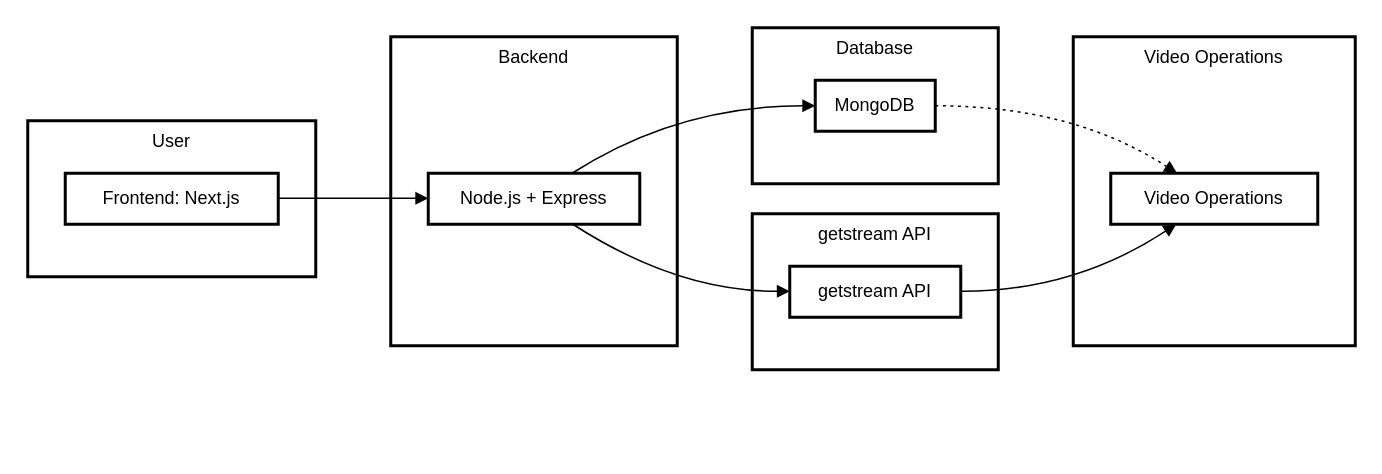
This is DRPATARCH.drawio from ali-05-ahmed/Concept-Diagrams, a draw.io file, before an edit. Source tidied: cells renumbered, new cells numbered last; positions are measured from the earlier drawing's top-left corner, leaving out a move shared by most shapes. Both pictures are drawn from the tidied source at 150%, with x=0, y=0 at pixel (27, 27).
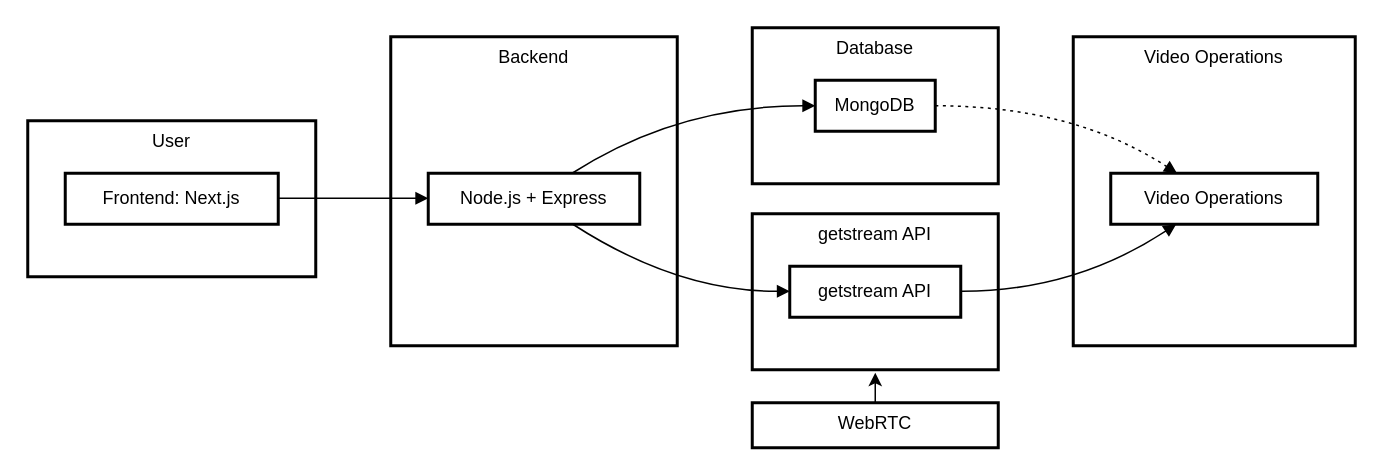
The same diagram, later.

What changed in the source:
```diff
@@
+    <mxCell id="17" style="edgeStyle=orthogonalEdgeStyle;rounded=0;jettySize=auto;html=1;" parent="1" edge="1" source="18">
+      <mxGeometry relative="1" as="geometry">
+        <mxPoint x="565" y="230" as="targetPoint" />
+      </mxGeometry>
+    </mxCell>
+    <mxCell id="18" value="WebRTC" style="whiteSpace=wrap;strokeWidth=2;verticalAlign=top;" parent="1" vertex="1">
+      <mxGeometry x="483" y="250" width="164" height="30" as="geometry" />
+    </mxCell>
```
